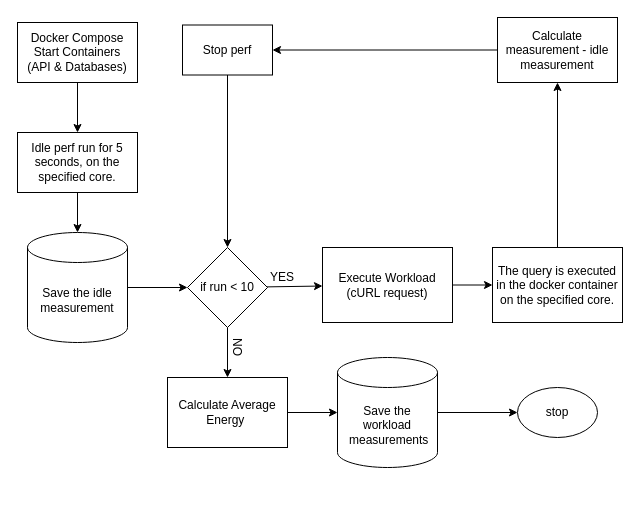
Above: algorithm.drawio in PernillaAW/thesis (draw.io), before the change. Source tidied: cells renumbered, new cells numbered last; positions are measured from the earlier drawing's top-left corner, leaving out a move shared by most shapes. Both pictures are drawn from the tidied source at 100%, with x=0, y=0 at pixel (17, 17).
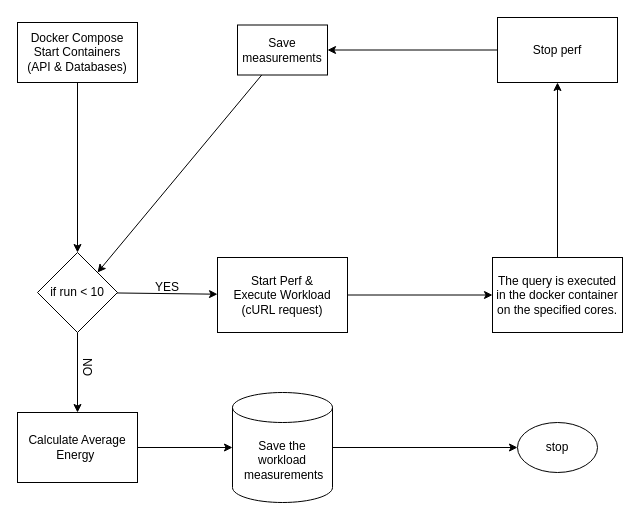
The same diagram, later.

Unchanged cells that the change refers to:
```xml
<mxCell id="3" value="&lt;span style=&quot;color: rgb(0, 0, 0);&quot;&gt;Docker Compose&lt;/span&gt;&lt;br&gt;&lt;span style=&quot;color: rgb(0, 0, 0);&quot;&gt;Start Containers&lt;/span&gt;&lt;div&gt;(API &amp;amp; Databases)&lt;/div&gt;" style="rounded=0;whiteSpace=wrap;html=1;" parent="1" vertex="1">
  <mxGeometry y="5" width="120" height="60" as="geometry" />
</mxCell>
```

Change to the diagram source:
```diff
@@
-    <mxCell id="2" style="edgeStyle=none;html=1;" parent="1" edge="1" source="3" target="16">
+    <mxCell id="2" style="edgeStyle=none;html=1;entryX=0.5;entryY=0;entryDx=0;entryDy=0;" parent="1" edge="1" source="3" target="14">
       <mxGeometry relative="1" as="geometry" />
     </mxCell>
@@
-    <mxCell id="5" value="Execute Workload&lt;div&gt;(cURL request)&lt;/div&gt;" style="whiteSpace=wrap;html=1;rounded=0;" parent="1" vertex="1">
-      <mxGeometry x="305" y="230" width="130" height="75" as="geometry" />
+    <mxCell id="5" value="&lt;div&gt;Start Perf &amp;amp;&lt;/div&gt;Execute Workload&lt;div&gt;(cURL request)&lt;/div&gt;" style="whiteSpace=wrap;html=1;rounded=0;" parent="1" vertex="1">
+      <mxGeometry x="200" y="240" width="130" height="75" as="geometry" />
     </mxCell>
-    <mxCell id="6" style="edgeStyle=none;html=1;" parent="1" edge="1" source="7" target="14">
-      <mxGeometry relative="1" as="geometry" />
-    </mxCell>
-    <mxCell id="7" value="Save the idle&lt;div&gt;measurement&lt;/div&gt;" style="shape=cylinder3;whiteSpace=wrap;html=1;boundedLbl=1;backgroundOutline=1;size=15;" parent="1" vertex="1">
-      <mxGeometry x="10" y="215" width="100" height="110" as="geometry" />
-    </mxCell>
@@
-    <mxCell id="9" value="The query is executed in the docker container on the specified core." style="rounded=0;whiteSpace=wrap;html=1;" parent="1" vertex="1">
-      <mxGeometry x="475" y="230" width="130" height="75" as="geometry" />
+    <mxCell id="9" value="The query is executed in the docker container on the specified cores." style="rounded=0;whiteSpace=wrap;html=1;" parent="1" vertex="1">
+      <mxGeometry x="475" y="240" width="130" height="75" as="geometry" />
     </mxCell>
-    <mxCell id="10" style="edgeStyle=none;html=1;entryX=0.5;entryY=0;entryDx=0;entryDy=0;" parent="1" edge="1" source="11" target="14">
+    <mxCell id="10" style="edgeStyle=none;html=1;entryX=1;entryY=0;entryDx=0;entryDy=0;" parent="1" edge="1" source="11" target="14">
       <mxGeometry relative="1" as="geometry" />
     </mxCell>
-    <mxCell id="11" value="Stop perf" style="whiteSpace=wrap;html=1;" parent="1" vertex="1">
-      <mxGeometry x="165" y="7.5" width="90" height="50" as="geometry" />
+    <mxCell id="11" value="&lt;span style=&quot;color: rgb(0, 0, 0);&quot;&gt;Save measurements&lt;/span&gt;" style="whiteSpace=wrap;html=1;" parent="1" vertex="1">
+      <mxGeometry x="220" y="7.5" width="90" height="50" as="geometry" />
     </mxCell>
@@
     <mxCell id="14" value="if run &amp;lt; 10" style="rhombus;whiteSpace=wrap;html=1;rounded=0;" parent="1" vertex="1">
-      <mxGeometry x="170" y="230" width="80" height="80" as="geometry" />
+      <mxGeometry x="20" y="235" width="80" height="80" as="geometry" />
     </mxCell>
-    <mxCell id="15" style="edgeStyle=none;html=1;" parent="1" edge="1" source="16" target="7">
-      <mxGeometry relative="1" as="geometry" />
-    </mxCell>
-    <mxCell id="16" value="Idle perf run for 5 seconds, on the specified core." style="whiteSpace=wrap;html=1;rounded=0;" parent="1" vertex="1">
-      <mxGeometry y="115" width="120" height="60" as="geometry" />
-    </mxCell>
@@
-    <mxCell id="18" value="Calculate measurement - idle measurement" style="whiteSpace=wrap;html=1;" parent="1" vertex="1">
+    <mxCell id="18" value="&lt;span style=&quot;color: rgb(0, 0, 0);&quot;&gt;Stop perf&lt;/span&gt;" style="whiteSpace=wrap;html=1;" parent="1" vertex="1">
       <mxGeometry x="480" width="120" height="65" as="geometry" />
     </mxCell>
     <mxCell id="19" value="stop" style="ellipse;whiteSpace=wrap;html=1;" parent="1" vertex="1">
-      <mxGeometry x="500" y="370" width="80" height="50" as="geometry" />
+      <mxGeometry x="500" y="405" width="80" height="50" as="geometry" />
     </mxCell>
@@
     <mxCell id="21" value="Calculate Average Energy&amp;nbsp;" style="whiteSpace=wrap;html=1;rounded=0;" parent="1" vertex="1">
-      <mxGeometry x="150" y="360" width="120" height="70" as="geometry" />
+      <mxGeometry y="395" width="120" height="70" as="geometry" />
     </mxCell>
@@
     <mxCell id="23" value="Save the workload&lt;div&gt;&amp;nbsp;&lt;span style=&quot;background-color: transparent;&quot;&gt;measurements&lt;/span&gt;&lt;/div&gt;" style="shape=cylinder3;whiteSpace=wrap;html=1;boundedLbl=1;backgroundOutline=1;size=15;" parent="1" vertex="1">
-      <mxGeometry x="320" y="340" width="100" height="110" as="geometry" />
+      <mxGeometry x="215" y="375" width="100" height="110" as="geometry" />
     </mxCell>
     <mxCell id="24" value="NO" style="text;html=1;align=center;verticalAlign=middle;whiteSpace=wrap;rounded=0;rotation=90;" parent="1" vertex="1">
-      <mxGeometry x="190" y="315" width="60" height="30" as="geometry" />
+      <mxGeometry x="40" y="335" width="60" height="30" as="geometry" />
     </mxCell>
     <mxCell id="25" value="YES" style="text;html=1;align=center;verticalAlign=middle;whiteSpace=wrap;rounded=0;rotation=0;" parent="1" vertex="1">
-      <mxGeometry x="235" y="245" width="60" height="30" as="geometry" />
+      <mxGeometry x="120" y="255" width="60" height="30" as="geometry" />
     </mxCell>
```
